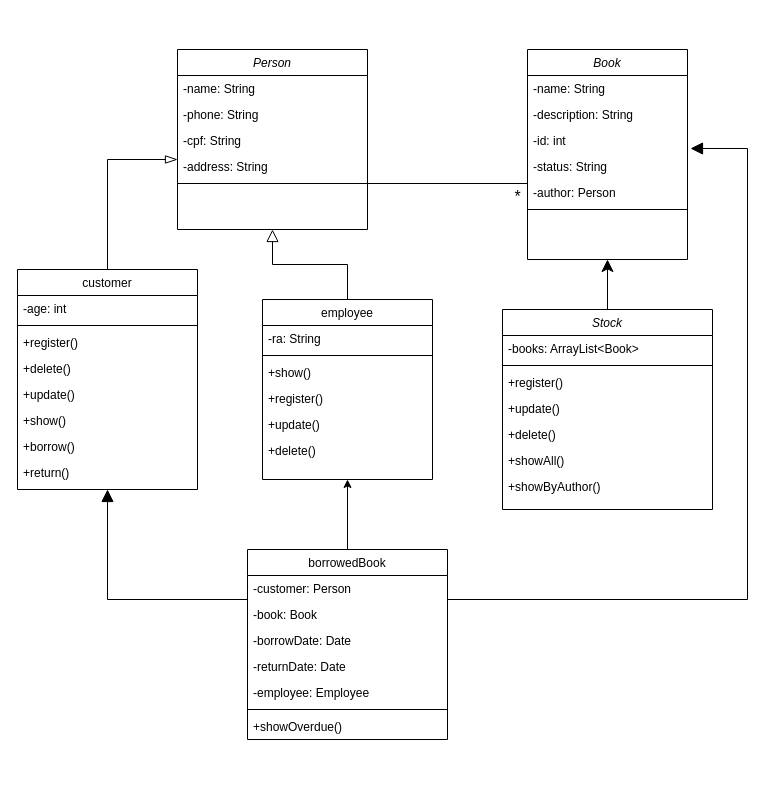
JuanIWK3/diagrams keeps this draw.io diagram as Untitled Diagram.drawio. Above is the earlier version. Source tidied: cells renumbered, new cells numbered last; positions are measured from the earlier drawing's top-left corner, leaving out a move shared by most shapes. Both pictures are drawn from the tidied source at 100%, with x=0, y=0 at pixel (17, 49).
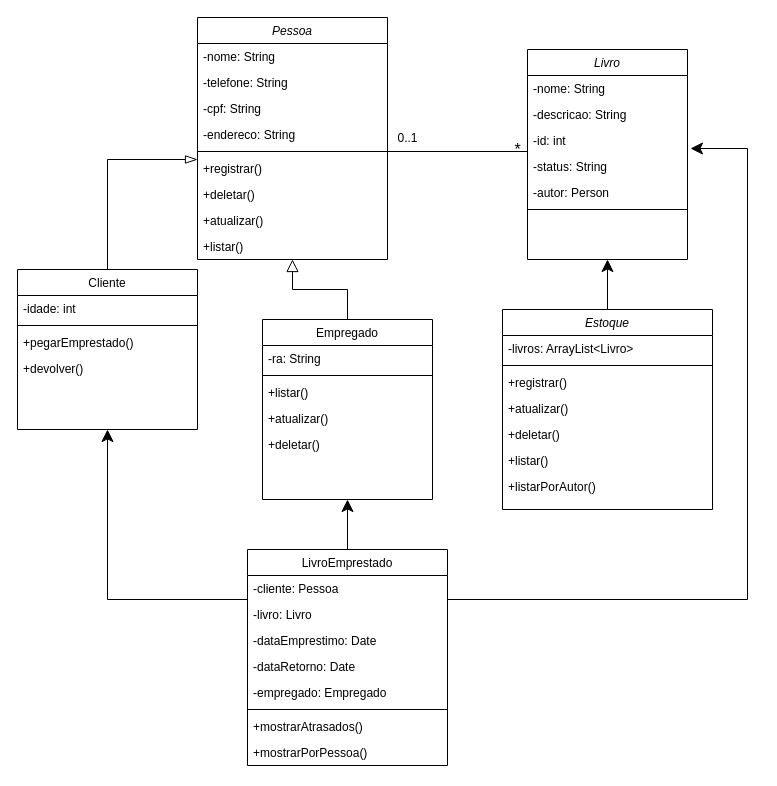
The same diagram, later.

Change to the diagram source:
```diff
@@
-    <mxCell id="2" value="Person" style="swimlane;fontStyle=2;align=center;verticalAlign=top;horizontal=1;startSize=26;rounded=0;shadow=0;strokeWidth=1;" parent="1" vertex="1">
-      <mxGeometry x="160" width="190" height="180" as="geometry" />
+    <mxCell id="2" value="Pessoa" style="swimlane;fontStyle=2;align=center;verticalAlign=top;horizontal=1;startSize=26;rounded=0;shadow=0;strokeWidth=1;" parent="1" vertex="1">
+      <mxGeometry x="180" y="-32" width="190" height="242" as="geometry" />
     </mxCell>
-    <mxCell id="3" value="-name: String" style="text;align=left;verticalAlign=top;spacingLeft=4;spacingRight=4;overflow=hidden;" parent="2" vertex="1">
+    <mxCell id="3" value="-nome: String" style="text;align=left;verticalAlign=top;spacingLeft=4;spacingRight=4;overflow=hidden;" parent="2" vertex="1">
       <mxGeometry y="26" width="190" height="26" as="geometry" />
     </mxCell>
-    <mxCell id="4" value="-phone: String" style="text;align=left;verticalAlign=top;spacingLeft=4;spacingRight=4;overflow=hidden;rounded=0;shadow=0;html=0;" parent="2" vertex="1">
+    <mxCell id="4" value="-telefone: String" style="text;align=left;verticalAlign=top;spacingLeft=4;spacingRight=4;overflow=hidden;rounded=0;shadow=0;html=0;" parent="2" vertex="1">
       <mxGeometry y="52" width="190" height="26" as="geometry" />
     </mxCell>
@@
-    <mxCell id="6" value="-address: String" style="text;align=left;verticalAlign=top;spacingLeft=4;spacingRight=4;overflow=hidden;rounded=0;shadow=0;html=0;" parent="2" vertex="1">
+    <mxCell id="6" value="-endereco: String" style="text;align=left;verticalAlign=top;spacingLeft=4;spacingRight=4;overflow=hidden;rounded=0;shadow=0;html=0;" parent="2" vertex="1">
       <mxGeometry y="104" width="190" height="26" as="geometry" />
     </mxCell>
@@
+    <mxCell id="23" value="+registrar()&#10;" style="text;align=left;verticalAlign=top;spacingLeft=4;spacingRight=4;overflow=hidden;" parent="2" vertex="1">
+      <mxGeometry y="138" width="190" height="26" as="geometry" />
+    </mxCell>
+    <mxCell id="12" value="+deletar()" style="text;align=left;verticalAlign=top;spacingLeft=4;spacingRight=4;overflow=hidden;" parent="2" vertex="1">
+      <mxGeometry y="164" width="190" height="26" as="geometry" />
+    </mxCell>
+    <mxCell id="13" value="+atualizar()" style="text;align=left;verticalAlign=top;spacingLeft=4;spacingRight=4;overflow=hidden;" parent="2" vertex="1">
+      <mxGeometry y="190" width="190" height="26" as="geometry" />
+    </mxCell>
+    <mxCell id="14" value="+listar()" style="text;align=left;verticalAlign=top;spacingLeft=4;spacingRight=4;overflow=hidden;" parent="2" vertex="1">
+      <mxGeometry y="216" width="190" height="26" as="geometry" />
+    </mxCell>
-    <mxCell id="8" value="customer" style="swimlane;fontStyle=0;align=center;verticalAlign=top;horizontal=1;startSize=26;rounded=0;shadow=0;strokeWidth=1;" parent="1" vertex="1">
-      <mxGeometry y="220" width="180" height="220" as="geometry" />
+    <mxCell id="8" value="Cliente" style="swimlane;fontStyle=0;align=center;verticalAlign=top;horizontal=1;startSize=26;rounded=0;shadow=0;strokeWidth=1;" parent="1" vertex="1">
+      <mxGeometry y="220" width="180" height="160" as="geometry" />
     </mxCell>
-    <mxCell id="9" value="-age: int" style="text;align=left;verticalAlign=top;spacingLeft=4;spacingRight=4;overflow=hidden;rounded=0;shadow=0;html=0;" parent="8" vertex="1">
+    <mxCell id="9" value="-idade: int" style="text;align=left;verticalAlign=top;spacingLeft=4;spacingRight=4;overflow=hidden;rounded=0;shadow=0;html=0;" parent="8" vertex="1">
       <mxGeometry y="26" width="180" height="26" as="geometry" />
     </mxCell>
@@
-    <mxCell id="11" value="+register()&#10;" style="text;align=left;verticalAlign=top;spacingLeft=4;spacingRight=4;overflow=hidden;" parent="8" vertex="1">
-      <mxGeometry y="60" width="180" height="26" as="geometry" />
-    </mxCell>
-    <mxCell id="12" value="+delete()" style="text;align=left;verticalAlign=top;spacingLeft=4;spacingRight=4;overflow=hidden;" parent="8" vertex="1">
-      <mxGeometry y="86" width="180" height="26" as="geometry" />
-    </mxCell>
-    <mxCell id="13" value="+update()" style="text;align=left;verticalAlign=top;spacingLeft=4;spacingRight=4;overflow=hidden;" parent="8" vertex="1">
-      <mxGeometry y="112" width="180" height="26" as="geometry" />
-    </mxCell>
-    <mxCell id="14" value="+show()" style="text;align=left;verticalAlign=top;spacingLeft=4;spacingRight=4;overflow=hidden;" parent="8" vertex="1">
-      <mxGeometry y="138" width="180" height="26" as="geometry" />
-    </mxCell>
-    <mxCell id="15" value="+borrow()" style="text;align=left;verticalAlign=top;spacingLeft=4;spacingRight=4;overflow=hidden;" parent="8" vertex="1">
-      <mxGeometry y="164" width="180" height="26" as="geometry" />
+    <mxCell id="15" value="+pegarEmprestado()" style="text;align=left;verticalAlign=top;spacingLeft=4;spacingRight=4;overflow=hidden;" parent="8" vertex="1">
+      <mxGeometry y="60" width="180" height="26" as="geometry" />
     </mxCell>
-    <mxCell id="16" value="+return()" style="text;align=left;verticalAlign=top;spacingLeft=4;spacingRight=4;overflow=hidden;" parent="8" vertex="1">
-      <mxGeometry y="190" width="180" height="26" as="geometry" />
+    <mxCell id="16" value="+devolver()" style="text;align=left;verticalAlign=top;spacingLeft=4;spacingRight=4;overflow=hidden;" parent="8" vertex="1">
+      <mxGeometry y="86" width="180" height="26" as="geometry" />
     </mxCell>
@@
-    <mxCell id="19" value="employee" style="swimlane;fontStyle=0;align=center;verticalAlign=top;horizontal=1;startSize=26;rounded=0;shadow=0;strokeWidth=1;" parent="1" vertex="1">
-      <mxGeometry x="245" y="250" width="170" height="180" as="geometry" />
+    <mxCell id="19" value="Empregado" style="swimlane;fontStyle=0;align=center;verticalAlign=top;horizontal=1;startSize=26;rounded=0;shadow=0;strokeWidth=1;" parent="1" vertex="1">
+      <mxGeometry x="245" y="270" width="170" height="180" as="geometry" />
     </mxCell>
@@
-    <mxCell id="22" value="+show()" style="text;align=left;verticalAlign=top;spacingLeft=4;spacingRight=4;overflow=hidden;" parent="19" vertex="1">
+    <mxCell id="22" value="+listar()" style="text;align=left;verticalAlign=top;spacingLeft=4;spacingRight=4;overflow=hidden;" parent="19" vertex="1">
       <mxGeometry y="60" width="170" height="26" as="geometry" />
     </mxCell>
-    <mxCell id="23" value="+register()" style="text;align=left;verticalAlign=top;spacingLeft=4;spacingRight=4;overflow=hidden;" parent="19" vertex="1">
-      <mxGeometry y="86" width="170" height="26" as="geometry" />
-    </mxCell>
-    <mxCell id="24" value="+update()" style="text;align=left;verticalAlign=top;spacingLeft=4;spacingRight=4;overflow=hidden;" parent="19" vertex="1">
-      <mxGeometry y="112" width="170" height="26" as="geometry" />
+    <mxCell id="24" value="+atualizar()" style="text;align=left;verticalAlign=top;spacingLeft=4;spacingRight=4;overflow=hidden;" parent="19" vertex="1">
+      <mxGeometry y="86" width="170" height="26" as="geometry" />
     </mxCell>
-    <mxCell id="25" value="+delete()" style="text;align=left;verticalAlign=top;spacingLeft=4;spacingRight=4;overflow=hidden;" parent="19" vertex="1">
-      <mxGeometry y="138" width="170" height="26" as="geometry" />
+    <mxCell id="25" value="+deletar()" style="text;align=left;verticalAlign=top;spacingLeft=4;spacingRight=4;overflow=hidden;" parent="19" vertex="1">
+      <mxGeometry y="112" width="170" height="26" as="geometry" />
     </mxCell>
-    <mxCell id="26" value="Book" style="swimlane;fontStyle=2;align=center;verticalAlign=top;horizontal=1;startSize=26;rounded=0;shadow=0;strokeWidth=1;" parent="1" vertex="1">
+    <mxCell id="26" value="Livro" style="swimlane;fontStyle=2;align=center;verticalAlign=top;horizontal=1;startSize=26;rounded=0;shadow=0;strokeWidth=1;" parent="1" vertex="1">
       <mxGeometry x="510" width="160" height="210" as="geometry" />
     </mxCell>
-    <mxCell id="27" value="-name: String" style="text;align=left;verticalAlign=top;spacingLeft=4;spacingRight=4;overflow=hidden;" parent="26" vertex="1">
+    <mxCell id="27" value="-nome: String" style="text;align=left;verticalAlign=top;spacingLeft=4;spacingRight=4;overflow=hidden;" parent="26" vertex="1">
       <mxGeometry y="26" width="160" height="26" as="geometry" />
     </mxCell>
-    <mxCell id="28" value="-description: String" style="text;align=left;verticalAlign=top;spacingLeft=4;spacingRight=4;overflow=hidden;" parent="26" vertex="1">
+    <mxCell id="28" value="-descricao: String" style="text;align=left;verticalAlign=top;spacingLeft=4;spacingRight=4;overflow=hidden;" parent="26" vertex="1">
       <mxGeometry y="52" width="160" height="26" as="geometry" />
     </mxCell>
@@
-    <mxCell id="31" value="-author: Person" style="text;align=left;verticalAlign=top;spacingLeft=4;spacingRight=4;overflow=hidden;" parent="26" vertex="1">
+    <mxCell id="31" value="-autor: Person" style="text;align=left;verticalAlign=top;spacingLeft=4;spacingRight=4;overflow=hidden;" parent="26" vertex="1">
       <mxGeometry y="130" width="160" height="26" as="geometry" />
     </mxCell>
@@
-    <mxCell id="34" value="Stock" style="swimlane;fontStyle=2;align=center;verticalAlign=top;horizontal=1;startSize=26;rounded=0;shadow=0;strokeWidth=1;" parent="1" vertex="1">
+    <mxCell id="34" value="Estoque" style="swimlane;fontStyle=2;align=center;verticalAlign=top;horizontal=1;startSize=26;rounded=0;shadow=0;strokeWidth=1;" parent="1" vertex="1">
       <mxGeometry x="485" y="260" width="210" height="200" as="geometry" />
     </mxCell>
-    <mxCell id="35" value="-books: ArrayList&lt;Book&gt;" style="text;align=left;verticalAlign=top;spacingLeft=4;spacingRight=4;overflow=hidden;" parent="34" vertex="1">
+    <mxCell id="35" value="-livros: ArrayList&lt;Livro&gt;" style="text;align=left;verticalAlign=top;spacingLeft=4;spacingRight=4;overflow=hidden;" parent="34" vertex="1">
       <mxGeometry y="26" width="210" height="26" as="geometry" />
     </mxCell>
@@
-    <mxCell id="37" value="+register()" style="text;align=left;verticalAlign=top;spacingLeft=4;spacingRight=4;overflow=hidden;" parent="34" vertex="1">
+    <mxCell id="37" value="+registrar()&#10;" style="text;align=left;verticalAlign=top;spacingLeft=4;spacingRight=4;overflow=hidden;" parent="34" vertex="1">
       <mxGeometry y="60" width="210" height="26" as="geometry" />
     </mxCell>
-    <mxCell id="38" value="+update()" style="text;align=left;verticalAlign=top;spacingLeft=4;spacingRight=4;overflow=hidden;" parent="34" vertex="1">
+    <mxCell id="38" value="+atualizar()" style="text;align=left;verticalAlign=top;spacingLeft=4;spacingRight=4;overflow=hidden;" parent="34" vertex="1">
       <mxGeometry y="86" width="210" height="26" as="geometry" />
     </mxCell>
-    <mxCell id="39" value="+delete()" style="text;align=left;verticalAlign=top;spacingLeft=4;spacingRight=4;overflow=hidden;" parent="34" vertex="1">
+    <mxCell id="39" value="+deletar()" style="text;align=left;verticalAlign=top;spacingLeft=4;spacingRight=4;overflow=hidden;" parent="34" vertex="1">
       <mxGeometry y="112" width="210" height="26" as="geometry" />
     </mxCell>
-    <mxCell id="40" value="+showAll()" style="text;align=left;verticalAlign=top;spacingLeft=4;spacingRight=4;overflow=hidden;" parent="34" vertex="1">
+    <mxCell id="40" value="+listar()" style="text;align=left;verticalAlign=top;spacingLeft=4;spacingRight=4;overflow=hidden;" parent="34" vertex="1">
       <mxGeometry y="138" width="210" height="26" as="geometry" />
     </mxCell>
-    <mxCell id="41" value="+showByAuthor()" style="text;align=left;verticalAlign=top;spacingLeft=4;spacingRight=4;overflow=hidden;" parent="34" vertex="1">
+    <mxCell id="41" value="+listarPorAutor()" style="text;align=left;verticalAlign=top;spacingLeft=4;spacingRight=4;overflow=hidden;" parent="34" vertex="1">
       <mxGeometry y="164" width="210" height="26" as="geometry" />
     </mxCell>
     <mxCell id="42" value="&lt;font style=&quot;font-size: 16px&quot;&gt;*&lt;/font&gt;" style="text;html=1;align=center;verticalAlign=middle;strokeColor=none;fillColor=none;strokeWidth=2;" parent="1" vertex="1">
-      <mxGeometry x="490" y="137" width="20" height="20" as="geometry" />
+      <mxGeometry x="490" y="90" width="20" height="20" as="geometry" />
     </mxCell>
@@
-    <mxCell id="44" style="edgeStyle=orthogonalEdgeStyle;rounded=0;jettySize=auto;html=1;fontSize=16;endArrow=block;endFill=1;startSize=6;endSize=10;entryX=0.5;entryY=1;entryDx=0;entryDy=0;" parent="1" edge="1" source="47" target="8">
+    <mxCell id="44" style="edgeStyle=orthogonalEdgeStyle;rounded=0;jettySize=auto;html=1;fontSize=16;endArrow=classic;endFill=1;startSize=6;endSize=10;entryX=0.5;entryY=1;entryDx=0;entryDy=0;" parent="1" edge="1" source="47" target="8">
       <mxGeometry relative="1" as="geometry">
         <Array as="points">
           <mxPoint x="90" y="550" />
         </Array>
       </mxGeometry>
     </mxCell>
-    <mxCell id="45" style="edgeStyle=orthogonalEdgeStyle;rounded=0;jettySize=auto;html=1;entryX=1.019;entryY=-0.192;entryDx=0;entryDy=0;fontSize=16;endArrow=block;endFill=1;startSize=6;endSize=10;entryPerimeter=0;" parent="1" edge="1" source="47">
+    <mxCell id="45" style="edgeStyle=orthogonalEdgeStyle;rounded=0;jettySize=auto;html=1;entryX=1.019;entryY=-0.192;entryDx=0;entryDy=0;fontSize=16;endArrow=classic;endFill=1;startSize=6;endSize=10;entryPerimeter=0;" parent="1" edge="1" source="47">
       <mxGeometry relative="1" as="geometry">
         <mxPoint x="673" y="99" as="targetPoint" />
         <Array as="points">
           <mxPoint x="730" y="550" />
           <mxPoint x="730" y="99" />
         </Array>
       </mxGeometry>
     </mxCell>
-    <mxCell id="46" style="edgeStyle=orthogonalEdgeStyle;rounded=0;jettySize=auto;html=1;entryX=0.5;entryY=1;entryDx=0;entryDy=0;" parent="1" edge="1" source="47" target="19">
+    <mxCell id="46" style="edgeStyle=orthogonalEdgeStyle;rounded=0;jettySize=auto;html=1;entryX=0.5;entryY=1;entryDx=0;entryDy=0;endSize=10;" parent="1" edge="1" source="47" target="19">
       <mxGeometry relative="1" as="geometry" />
     </mxCell>
-    <mxCell id="47" value="borrowedBook" style="swimlane;fontStyle=0;align=center;verticalAlign=top;horizontal=1;startSize=26;rounded=0;shadow=0;strokeWidth=1;" parent="1" vertex="1">
-      <mxGeometry x="230" y="500" width="200" height="190" as="geometry" />
+    <mxCell id="47" value="LivroEmprestado" style="swimlane;fontStyle=0;align=center;verticalAlign=top;horizontal=1;startSize=26;rounded=0;shadow=0;strokeWidth=1;" parent="1" vertex="1">
+      <mxGeometry x="230" y="500" width="200" height="216" as="geometry" />
     </mxCell>
-    <mxCell id="48" value="-customer: Person" style="text;align=left;verticalAlign=top;spacingLeft=4;spacingRight=4;overflow=hidden;" parent="47" vertex="1">
+    <mxCell id="48" value="-cliente: Pessoa" style="text;align=left;verticalAlign=top;spacingLeft=4;spacingRight=4;overflow=hidden;" parent="47" vertex="1">
       <mxGeometry y="26" width="200" height="26" as="geometry" />
     </mxCell>
-    <mxCell id="49" value="-book: Book" style="text;align=left;verticalAlign=top;spacingLeft=4;spacingRight=4;overflow=hidden;" parent="47" vertex="1">
+    <mxCell id="49" value="-livro: Livro" style="text;align=left;verticalAlign=top;spacingLeft=4;spacingRight=4;overflow=hidden;" parent="47" vertex="1">
       <mxGeometry y="52" width="200" height="26" as="geometry" />
     </mxCell>
-    <mxCell id="50" value="-borrowDate: Date" style="text;align=left;verticalAlign=top;spacingLeft=4;spacingRight=4;overflow=hidden;" parent="47" vertex="1">
+    <mxCell id="50" value="-dataEmprestimo: Date" style="text;align=left;verticalAlign=top;spacingLeft=4;spacingRight=4;overflow=hidden;" parent="47" vertex="1">
       <mxGeometry y="78" width="200" height="26" as="geometry" />
     </mxCell>
-    <mxCell id="51" value="-returnDate: Date" style="text;align=left;verticalAlign=top;spacingLeft=4;spacingRight=4;overflow=hidden;" parent="47" vertex="1">
+    <mxCell id="51" value="-dataRetorno: Date" style="text;align=left;verticalAlign=top;spacingLeft=4;spacingRight=4;overflow=hidden;" parent="47" vertex="1">
       <mxGeometry y="104" width="200" height="26" as="geometry" />
     </mxCell>
-    <mxCell id="52" value="-employee: Employee" style="text;align=left;verticalAlign=top;spacingLeft=4;spacingRight=4;overflow=hidden;" parent="47" vertex="1">
+    <mxCell id="52" value="-empregado: Empregado" style="text;align=left;verticalAlign=top;spacingLeft=4;spacingRight=4;overflow=hidden;" parent="47" vertex="1">
       <mxGeometry y="130" width="200" height="26" as="geometry" />
     </mxCell>
@@
-    <mxCell id="54" value="+showOverdue()" style="text;align=left;verticalAlign=top;spacingLeft=4;spacingRight=4;overflow=hidden;" parent="47" vertex="1">
+    <mxCell id="54" value="+mostrarAtrasados()" style="text;align=left;verticalAlign=top;spacingLeft=4;spacingRight=4;overflow=hidden;" parent="47" vertex="1">
       <mxGeometry y="164" width="200" height="26" as="geometry" />
     </mxCell>
+    <mxCell id="55" value="+mostrarPorPessoa()" style="text;align=left;verticalAlign=top;spacingLeft=4;spacingRight=4;overflow=hidden;" parent="47" vertex="1">
+      <mxGeometry y="190" width="200" height="26" as="geometry" />
+    </mxCell>
+    <mxCell id="56" value="0..1" style="text;html=1;align=center;verticalAlign=middle;strokeColor=none;fillColor=none;" parent="1" vertex="1">
+      <mxGeometry x="370" y="79" width="40" height="20" as="geometry" />
+    </mxCell>
```
